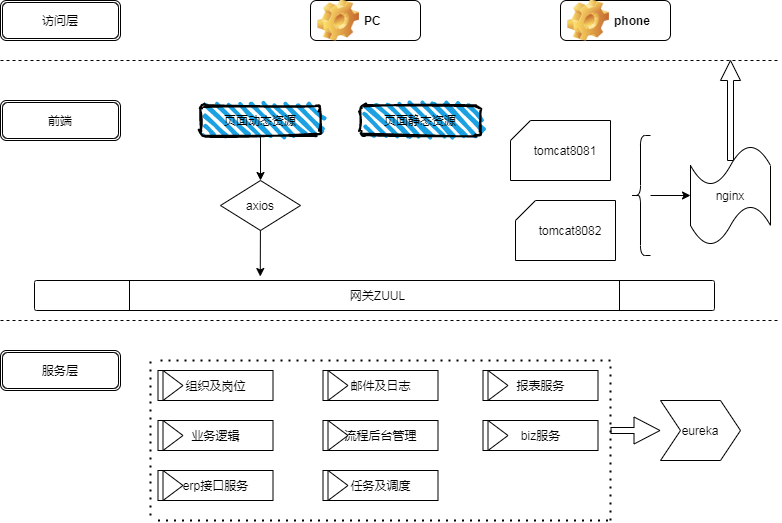
Above: BPM流程中心.png in daofuzhang/demo (draw.io), before the change. Source tidied: cells renumbered, new cells last; positions are measured from the earlier drawing's top-left corner, leaving out a move shared by most shapes.
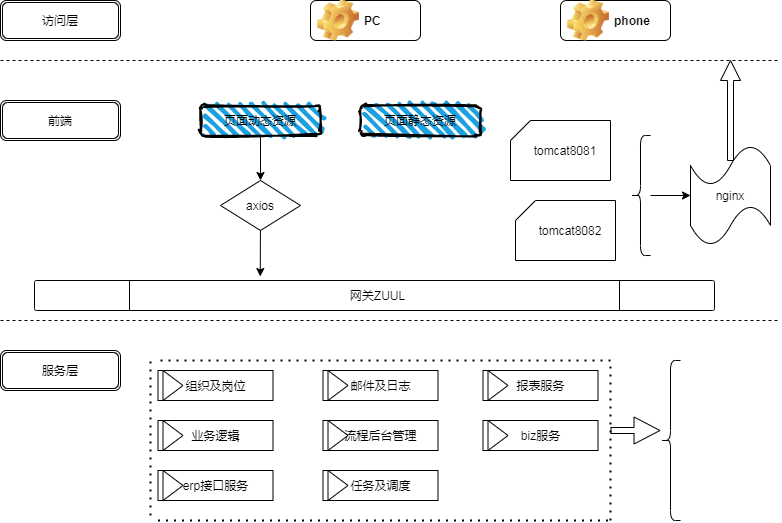
After the change.

Change to the diagram source:
```diff
@@ -152,8 +152,8 @@
         <mxPoint x="660" y="430" as="targetPoint" />
       </mxGeometry>
     </mxCell>
-    <mxCell id="45" value="eureka" style="shape=step;perimeter=stepPerimeter;whiteSpace=wrap;html=1;fixedSize=1;" parent="1" vertex="1">
-      <mxGeometry x="660" y="400" width="80" height="60" as="geometry" />
-    </mxCell>
+    <mxCell id="46" style="shape=curlyBracket;whiteSpace=wrap;html=1;rounded=1;" parent="1" vertex="1">
+      <mxGeometry x="660" y="360" width="20" height="160" as="geometry" />
+    </mxCell>
   </root>
 </mxGraphModel>
```
